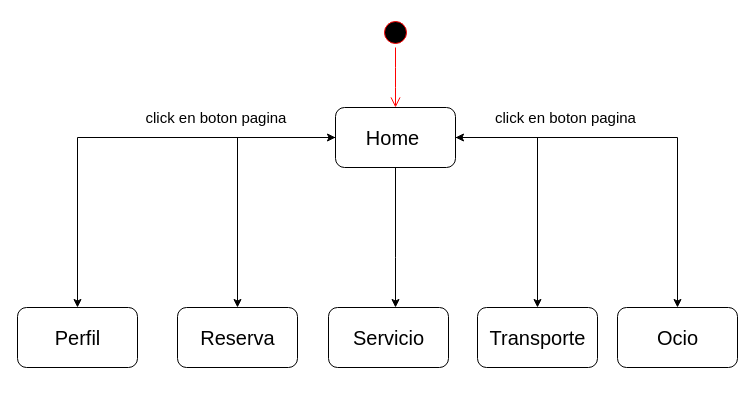
The draw.io diagram Diagrams/Untitled Diagram.drawio in javierMorales9/ISST-Grupo02-Conc, before the edit. Source tidied: cells renumbered, new cells numbered last; positions are measured from the earlier drawing's top-left corner, leaving out a move shared by most shapes. Both pictures are drawn from the tidied source at 100%, with x=0, y=0 at pixel (17, 17).
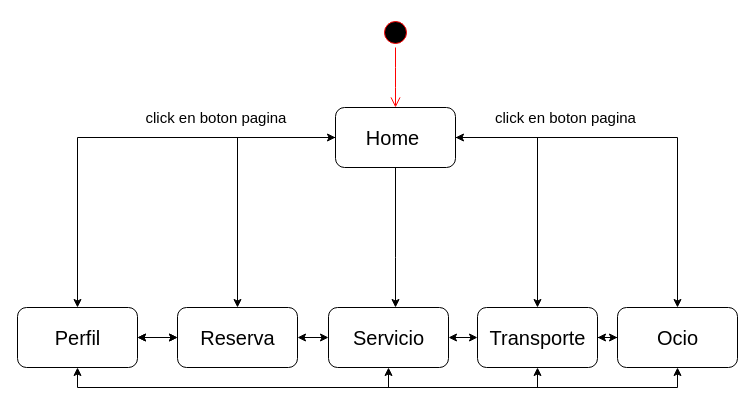
Above is the later version.

Unchanged cells that the change refers to:
```xml
<mxCell id="11" style="rounded=1;whiteSpace=wrap;html=1;" parent="1" vertex="1">
  <mxGeometry y="290" width="120" height="60" as="geometry" />
</mxCell>
<mxCell id="13" style="rounded=1;whiteSpace=wrap;html=1;" parent="1" vertex="1">
  <mxGeometry x="160" y="290" width="120" height="60" as="geometry" />
</mxCell>
<mxCell id="15" style="rounded=1;whiteSpace=wrap;html=1;" parent="1" vertex="1">
  <mxGeometry x="311" y="290" width="120" height="60" as="geometry" />
</mxCell>
<mxCell id="17" style="rounded=1;whiteSpace=wrap;html=1;" parent="1" vertex="1">
  <mxGeometry x="460" y="290" width="120" height="60" as="geometry" />
</mxCell>
<mxCell id="19" style="rounded=1;whiteSpace=wrap;html=1;" parent="1" vertex="1">
  <mxGeometry x="600" y="290" width="120" height="60" as="geometry" />
</mxCell>
```

Change to the diagram source:
```diff
@@
+    <mxCell id="23" style="edgeStyle=orthogonalEdgeStyle;rounded=0;jettySize=auto;html=1;entryX=0;entryY=0.5;entryDx=0;entryDy=0;startArrow=classic;startFill=1;" parent="1" edge="1" source="11" target="13">
+      <mxGeometry relative="1" as="geometry" />
+    </mxCell>
+    <mxCell id="24" style="edgeStyle=orthogonalEdgeStyle;rounded=0;jettySize=auto;html=1;exitX=0.5;exitY=1;exitDx=0;exitDy=0;entryX=0.5;entryY=1;entryDx=0;entryDy=0;startArrow=classic;startFill=1;" parent="1" edge="1" source="11" target="15">
+      <mxGeometry relative="1" as="geometry" />
+    </mxCell>
@@
+    <mxCell id="25" style="edgeStyle=orthogonalEdgeStyle;rounded=0;jettySize=auto;html=1;entryX=0;entryY=0.5;entryDx=0;entryDy=0;startArrow=classic;startFill=1;endArrow=classic;endFill=1;" parent="1" edge="1" source="13" target="15">
+      <mxGeometry relative="1" as="geometry" />
+    </mxCell>
@@
+    <mxCell id="26" style="edgeStyle=orthogonalEdgeStyle;rounded=0;jettySize=auto;html=1;startArrow=classic;startFill=1;endArrow=classic;endFill=1;" parent="1" edge="1" source="15" target="17">
+      <mxGeometry relative="1" as="geometry" />
+    </mxCell>
@@
+    <mxCell id="27" style="edgeStyle=orthogonalEdgeStyle;rounded=0;jettySize=auto;html=1;entryX=0;entryY=0.5;entryDx=0;entryDy=0;startArrow=classic;startFill=1;endArrow=classic;endFill=1;" parent="1" edge="1" source="17" target="19">
+      <mxGeometry relative="1" as="geometry" />
+    </mxCell>
@@
+    <mxCell id="28" style="endArrow=none;html=1;" parent="1" edge="1">
+      <mxGeometry relative="1" as="geometry">
+        <mxPoint x="520" y="370" as="sourcePoint" />
+        <mxPoint x="660" y="370" as="targetPoint" />
+      </mxGeometry>
+    </mxCell>
+    <mxCell id="29" style="endArrow=classic;html=1;entryX=0.5;entryY=1;entryDx=0;entryDy=0;" parent="1" edge="1" target="19">
+      <mxGeometry relative="1" as="geometry">
+        <mxPoint x="660" y="370" as="sourcePoint" />
+      </mxGeometry>
+    </mxCell>
+    <mxCell id="30" style="endArrow=none;html=1;" parent="1" edge="1">
+      <mxGeometry relative="1" as="geometry">
+        <mxPoint x="370" y="370" as="sourcePoint" />
+        <mxPoint x="521" y="370" as="targetPoint" />
+      </mxGeometry>
+    </mxCell>
+    <mxCell id="31" style="endArrow=classic;html=1;entryX=0.5;entryY=1;entryDx=0;entryDy=0;" parent="1" edge="1" target="17">
+      <mxGeometry relative="1" as="geometry">
+        <mxPoint x="520" y="370" as="sourcePoint" />
+      </mxGeometry>
+    </mxCell>
+    <mxCell id="32" style="edgeStyle=orthogonalEdgeStyle;rounded=0;jettySize=auto;html=1;entryX=0;entryY=0.5;entryDx=0;entryDy=0;startArrow=classic;startFill=1;" parent="1" edge="1" source="11" target="13">
+      <mxGeometry relative="1" as="geometry">
+        <Array as="points">
+          <mxPoint x="140" y="320" />
+          <mxPoint x="140" y="320" />
+        </Array>
+      </mxGeometry>
+    </mxCell>
```
